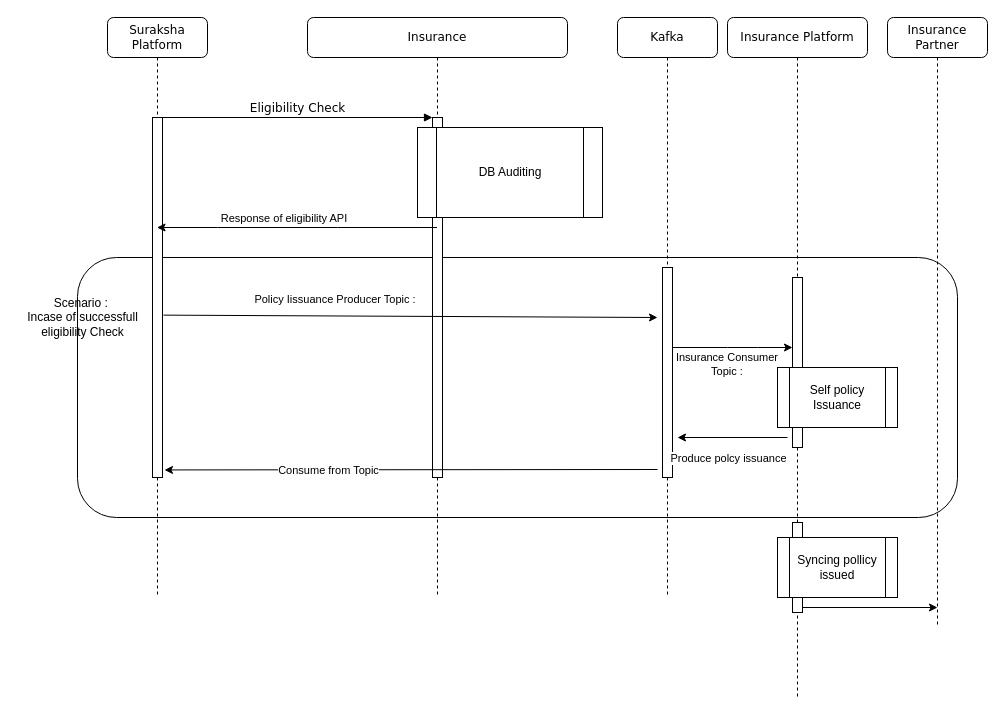
Earlier version of the draw.io diagram Interview/Untitled Diagram.drawio (ashwiniadlakha/draw_io). Source tidied: cells renumbered, new cells numbered last; positions are measured from the earlier drawing's top-left corner, leaving out a move shared by most shapes. Both pictures are drawn from the tidied source at 100%, with x=0, y=0 at pixel (17, 17).
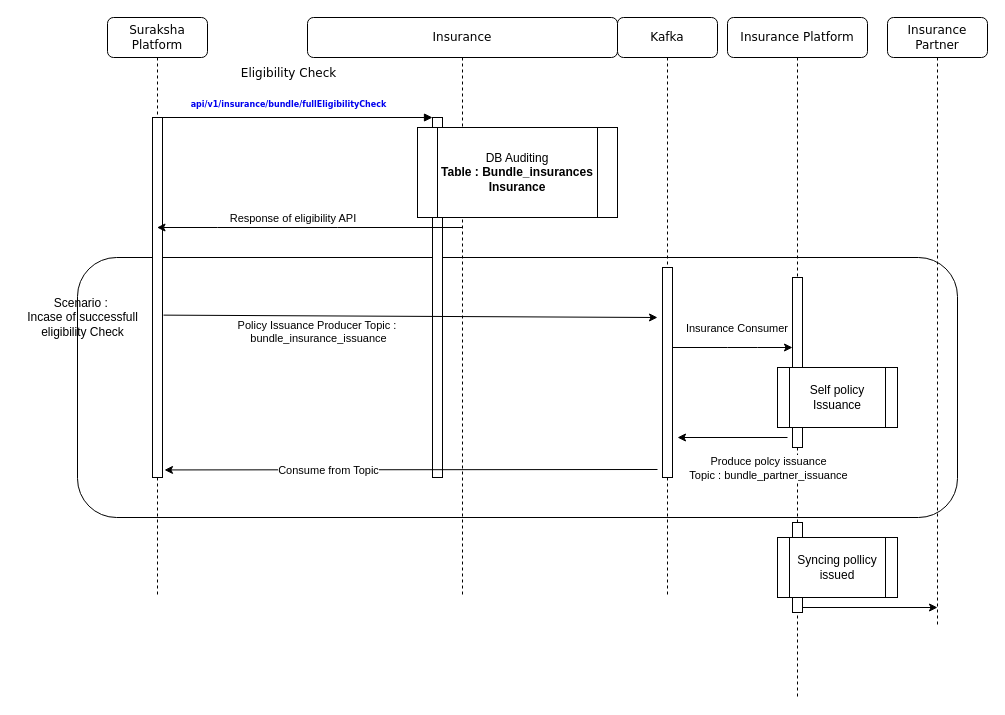
The same diagram, later.

The change refers to these unchanged cells:
```xml
<mxCell id="4" style="html=1;points=[];perimeter=orthogonalPerimeter;rounded=0;shadow=0;comic=0;labelBackgroundColor=none;strokeWidth=1;fontFamily=Verdana;fontSize=12;align=center;" parent="3" vertex="1">
  <mxGeometry x="125" y="100" width="10" height="360" as="geometry" />
</mxCell>
<mxCell id="10" style="html=1;points=[];perimeter=orthogonalPerimeter;rounded=0;shadow=0;comic=0;labelBackgroundColor=none;strokeWidth=1;fontFamily=Verdana;fontSize=12;align=center;" parent="9" vertex="1">
  <mxGeometry x="45" y="100" width="10" height="360" as="geometry" />
</mxCell>
<mxCell id="15" style="endArrow=classic;html=1;rounded=0;exitX=1.1;exitY=0.549;exitDx=0;exitDy=0;exitPerimeter=0;" parent="1" edge="1" source="10">
  <mxGeometry relative="1" as="geometry">
    <mxPoint x="640" y="300" as="targetPoint" />
  </mxGeometry>
</mxCell>
<mxCell id="17" style="endArrow=classic;html=1;rounded=0;" parent="1" edge="1" source="7" target="20">
  <mxGeometry relative="1" as="geometry">
    <Array as="points">
      <mxPoint x="710" y="330" />
      <mxPoint x="740" y="330" />
    </Array>
  </mxGeometry>
</mxCell>
<mxCell id="24" style="endArrow=classic;html=1;rounded=0;" parent="1" edge="1">
  <mxGeometry relative="1" as="geometry">
    <mxPoint x="770" y="420" as="sourcePoint" />
    <mxPoint x="660" y="420" as="targetPoint" />
  </mxGeometry>
</mxCell>
```

The edit, as a diff of the source:
```diff
@@
     <mxCell id="3" value="Insurance" style="shape=umlLifeline;perimeter=lifelinePerimeter;whiteSpace=wrap;html=1;outlineConnect=0;rounded=1;shadow=0;comic=0;labelBackgroundColor=none;strokeWidth=1;fontFamily=Verdana;fontSize=12;align=center;" parent="1" vertex="1">
-      <mxGeometry x="290" width="260" height="580" as="geometry" />
+      <mxGeometry x="290" width="310" height="580" as="geometry" />
     </mxCell>
@@
-    <mxCell id="5" value="DB Auditing" style="shape=process;whiteSpace=wrap;html=1;backgroundOutline=1;" parent="3" vertex="1">
-      <mxGeometry x="110" y="110" width="185" height="90" as="geometry" />
+    <mxCell id="5" value="DB Auditing&lt;br&gt;&lt;strong&gt;Table : Bundle_insurances&lt;br&gt;Insurance&lt;br&gt;&lt;/strong&gt;" style="shape=process;whiteSpace=wrap;html=1;backgroundOutline=1;" parent="3" vertex="1">
+      <mxGeometry x="110" y="110" width="200" height="90" as="geometry" />
     </mxCell>
@@
-    <mxCell id="11" value="Eligibility Check" style="html=1;verticalAlign=bottom;endArrow=block;entryX=0;entryY=0;labelBackgroundColor=none;fontFamily=Verdana;fontSize=12;edgeStyle=elbowEdgeStyle;elbow=vertical;" parent="1" edge="1" source="10" target="4">
-      <mxGeometry relative="1" as="geometry" />
+    <mxCell id="11" value="Eligibility Check&lt;br&gt;&lt;h3&gt;&lt;a tabindex=&quot;-1&quot; rel=&quot;noopener noreferrer&quot; target=&quot;_blank&quot; href=&quot;https://10.56.110.147:8093/api/v1/insurance/bundle/fullEligibilityCheck'&quot; style=&quot;text-decoration-line: none; text-align: start;&quot; class=&quot;&quot;&gt;&lt;font style=&quot;font-size: 8px;&quot;&gt;api/v1/insurance/bundle/fullEligibilityCheck&lt;/font&gt;&lt;/a&gt;&lt;/h3&gt;" style="html=1;verticalAlign=bottom;endArrow=block;entryX=0;entryY=0;labelBackgroundColor=none;fontFamily=Verdana;fontSize=12;edgeStyle=elbowEdgeStyle;elbow=vertical;" parent="1" edge="1" source="10" target="4">
+      <mxGeometry x="-0.07" y="-10" relative="1" as="geometry" />
     </mxCell>
@@
-    <mxCell id="16" value="Policy Iissuance Producer Topic :&amp;nbsp;" style="edgeLabel;html=1;align=center;verticalAlign=middle;" parent="15" vertex="1">
+    <mxCell id="16" value="Policy Issuance Producer Topic :&amp;nbsp;&lt;br&gt;bundle_insurance_issuance&lt;br&gt;&amp;nbsp;" style="edgeLabel;html=1;align=center;verticalAlign=middle;" parent="15" vertex="1">
       <mxGeometry x="-0.3" y="4" relative="1" as="geometry">
-        <mxPoint x="-1" y="-13" as="offset" />
+        <mxPoint x="-19" y="26" as="offset" />
       </mxGeometry>
     </mxCell>
@@
-    <mxCell id="18" value="Insurance Consumer&amp;nbsp;&lt;br&gt;Topic :&amp;nbsp;" style="edgeLabel;html=1;align=center;verticalAlign=middle;" parent="17" vertex="1">
+    <mxCell id="18" value="Insurance Consumer&amp;nbsp;&lt;br&gt;" style="edgeLabel;html=1;align=center;verticalAlign=middle;" parent="17" vertex="1">
       <mxGeometry x="0.1" y="-2" relative="1" as="geometry">
-        <mxPoint x="-11" y="14" as="offset" />
+        <mxPoint x="-1" y="-22" as="offset" />
       </mxGeometry>
     </mxCell>
@@
-    <mxCell id="25" value="Produce polcy issuance" style="edgeLabel;html=1;align=center;verticalAlign=middle;" parent="24" vertex="1">
+    <mxCell id="25" value="Produce polcy issuance&lt;br&gt;Topic :&amp;nbsp;bundle_partner_issuance" style="edgeLabel;html=1;align=center;verticalAlign=middle;" parent="24" vertex="1">
       <mxGeometry x="0.29" relative="1" as="geometry">
-        <mxPoint x="11" y="20" as="offset" />
+        <mxPoint x="51" y="30" as="offset" />
       </mxGeometry>
     </mxCell>
```
